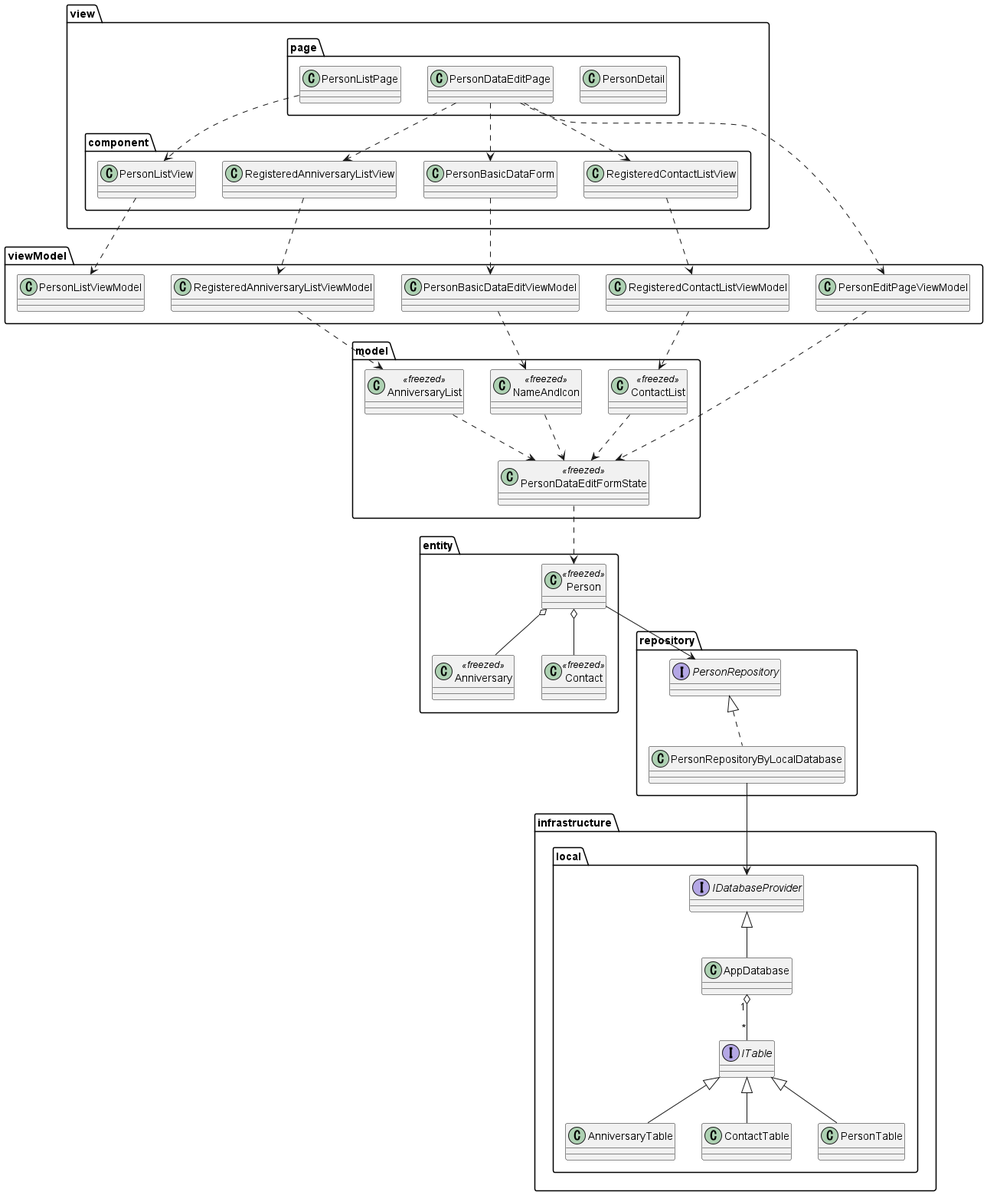
nmskm240/friend_list keeps this PlantUML diagram as uml/class_diagram/class_diagram.png. Above is the earlier version.
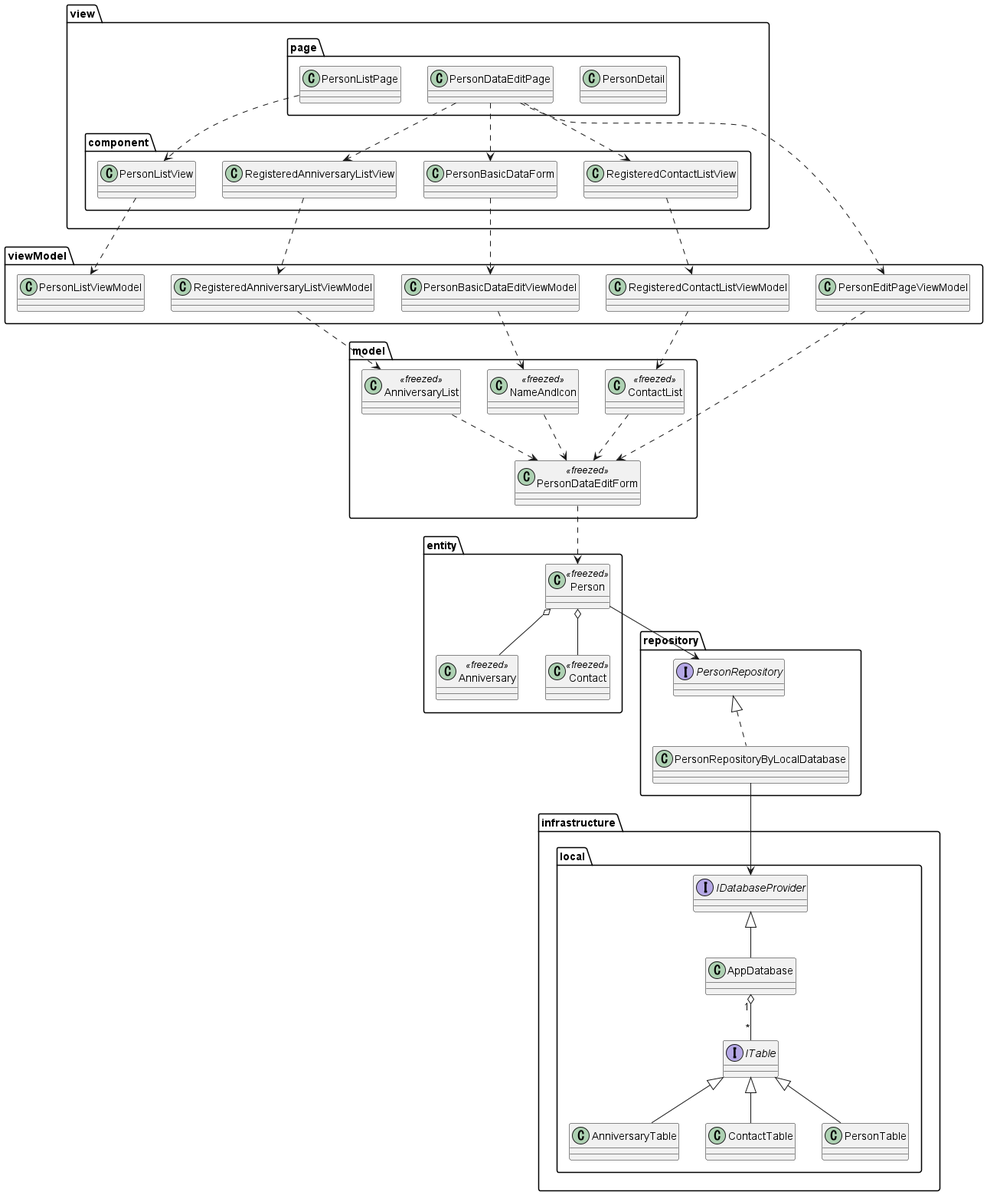
Above is the later version.

Diff of the diagram source:
```diff
@@ -24,7 +24,7 @@
 }
 
 package model {
-    class PersonDataEditFormState<<freezed>>
+    class PersonDataEditForm<<freezed>>
     class NameAndIcon<<freezed>>
     class AnniversaryList<<freezed>>
     class ContactList<<freezed>>
@@ -53,28 +53,27 @@
     }
 }
 
-PersonListView ..> PersonListViewModel
-
 PersonListPage ..> PersonListView
 PersonDataEditPage ..> PersonBasicDataForm
 PersonDataEditPage ..> RegisteredAnniversaryListView
 PersonDataEditPage ..> RegisteredContactListView
 
+PersonListView ..> PersonListViewModel
 PersonDataEditPage ..> PersonEditPageViewModel
 PersonBasicDataForm ..> PersonBasicDataEditViewModel
 RegisteredAnniversaryListView ..> RegisteredAnniversaryListViewModel
 RegisteredContactListView ..> RegisteredContactListViewModel
 
-PersonEditPageViewModel ..> PersonDataEditFormState
+PersonEditPageViewModel ..> PersonDataEditForm
 PersonBasicDataEditViewModel ..> NameAndIcon
 RegisteredAnniversaryListViewModel ..> AnniversaryList
 RegisteredContactListViewModel ..> ContactList
 
-NameAndIcon ..> PersonDataEditFormState
-AnniversaryList ..> PersonDataEditFormState
-ContactList ..> PersonDataEditFormState
+NameAndIcon ..> PersonDataEditForm
+AnniversaryList ..> PersonDataEditForm
+ContactList ..> PersonDataEditForm
 
-PersonDataEditFormState ..> Person
+PersonDataEditForm ..> Person
 
 Person o-- Anniversary
 Person o-- Contact
```
